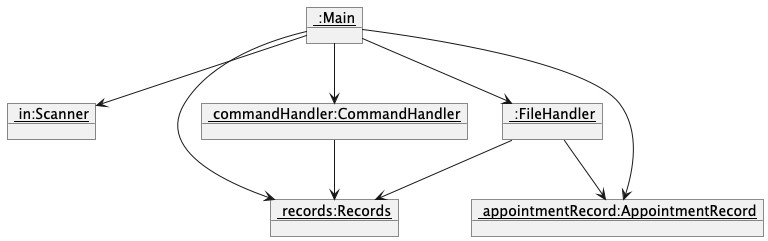
Above: docs/MainObjectDiagram.png in yentheng0110/tp (PlantUML), before the change.
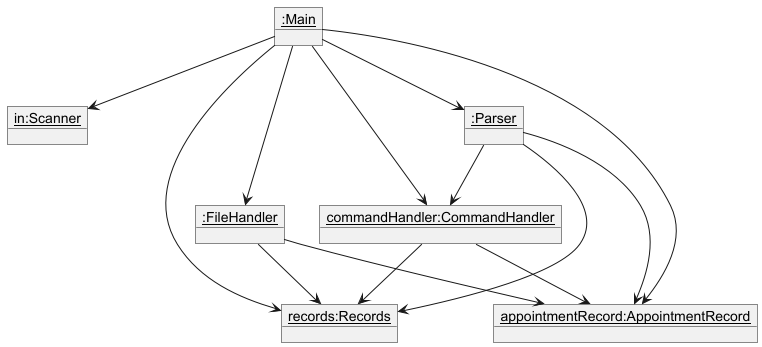
Above is the later version.

Commit message:
Object Diagram on initialisation of BookBob

Diff of the diagram source:
```diff
@@ -1,18 +1,36 @@
 @startuml
+skinparam classAttributeIconSize 0
+hide circle
 
-object "<u> :Main</u>" as Main
-object "<u> in:Scanner</u>" as Scanner
-object "<u> records:Records</u>" as Records
-object "<u> appointmentRecord:AppointmentRecord</u>" as AppointmentRecord
-object "<u> :FileHandler</u>" as FileHandler
-object "<u> commandHandler:CommandHandler</u>" as CommandHandler
+object "<u>:Main</u>" as Main
+
+object "<u>in:Scanner</u>" as Scanner
+
+object "<u>records:Records</u>" as Records {
+
+}
+
+object "<u>appointmentRecord:AppointmentRecord</u>" as AppointmentRecord {
+
+}
+
+object "<u>:FileHandler</u>" as FileHandler
+
+object "<u>commandHandler:CommandHandler</u>" as CommandHandler
+
+object "<u>:Parser</u>" as Parser
 
 Main --> Scanner
 Main --> Records
 Main --> AppointmentRecord
 Main --> FileHandler
 Main --> CommandHandler
+Main --> Parser
 CommandHandler --> Records
+CommandHandler --> AppointmentRecord
+Parser --> CommandHandler
+Parser --> Records
+Parser --> AppointmentRecord
 FileHandler --> Records
 FileHandler --> AppointmentRecord
 
```
